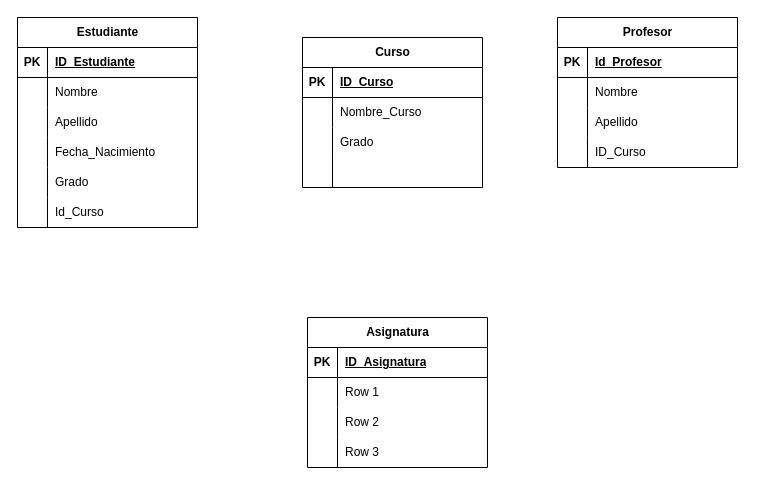
Before: Diagrama sin título.drawio in alexhernandez0622/modelosER, a draw.io diagram. Source tidied: cells renumbered, new cells numbered last; positions are measured from the earlier drawing's top-left corner, leaving out a move shared by most shapes. Both pictures are drawn from the tidied source at 100%, with x=0, y=0 at pixel (17, 17).
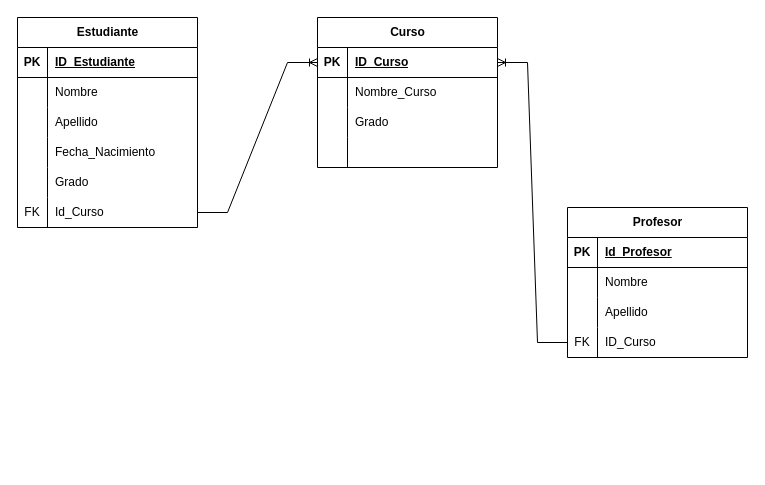
Above is the later version.

Unchanged cells that the change refers to:
```xml
<mxCell id="18" style="shape=tableRow;horizontal=0;startSize=0;swimlaneHead=0;swimlaneBody=0;fillColor=none;points=[[0,0.5],[1,0.5]];portConstraint=eastwest;top=0;left=0;right=0;bottom=0;" parent="2" vertex="1">
  <mxGeometry y="180" width="180" height="30" as="geometry" />
</mxCell>
<mxCell id="31" style="shape=tableRow;horizontal=0;startSize=0;swimlaneHead=0;swimlaneBody=0;fillColor=none;points=[[0,0.5],[1,0.5]];portConstraint=eastwest;top=0;left=0;right=0;bottom=0;" parent="21" vertex="1">
  <mxGeometry y="120" width="180" height="30" as="geometry" />
</mxCell>
<mxCell id="35" style="shape=tableRow;horizontal=0;startSize=0;swimlaneHead=0;swimlaneBody=0;fillColor=none;points=[[0,0.5],[1,0.5]];portConstraint=eastwest;top=0;left=0;right=0;bottom=1;" parent="34" vertex="1">
  <mxGeometry y="30" width="180" height="30" as="geometry" />
</mxCell>
```

What changed in the source:
```diff
@@
-    <mxCell id="19" style="shape=partialRectangle;fillColor=none;top=0;left=0;bottom=0;right=0;overflow=hidden;whiteSpace=wrap;html=1;" parent="18" vertex="1">
+    <mxCell id="19" value="FK" style="shape=partialRectangle;fillColor=none;top=0;left=0;bottom=0;right=0;overflow=hidden;whiteSpace=wrap;html=1;" parent="18" vertex="1">
       <mxGeometry width="30" height="30" as="geometry" />
     </mxCell>
@@
     <mxCell id="21" value="Profesor" style="shape=table;startSize=30;childLayout=tableLayout;rowLines=0;fontStyle=1;align=center;html=1;" parent="1" vertex="1">
-      <mxGeometry x="540" width="180" height="150" as="geometry" />
+      <mxGeometry x="550" y="190" width="180" height="150" as="geometry" />
     </mxCell>
@@
-    <mxCell id="32" style="shape=partialRectangle;fillColor=none;top=0;left=0;bottom=0;right=0;overflow=hidden;whiteSpace=wrap;html=1;" parent="31" vertex="1">
+    <mxCell id="32" value="FK" style="shape=partialRectangle;fillColor=none;top=0;left=0;bottom=0;right=0;overflow=hidden;whiteSpace=wrap;html=1;" parent="31" vertex="1">
       <mxGeometry width="30" height="30" as="geometry" />
     </mxCell>
@@
     <mxCell id="34" value="Curso" style="shape=table;startSize=30;childLayout=tableLayout;rowLines=0;fontStyle=1;align=center;html=1;" parent="1" vertex="1">
-      <mxGeometry x="285" y="20" width="180" height="150" as="geometry" />
+      <mxGeometry x="300" width="180" height="150" as="geometry" />
     </mxCell>
@@
-    <mxCell id="47" value="Asignatura" style="shape=table;startSize=30;childLayout=tableLayout;rowLines=0;fontStyle=1;align=center;html=1;" parent="1" vertex="1">
-      <mxGeometry x="290" y="300" width="180" height="150" as="geometry" />
-    </mxCell>
-    <mxCell id="48" style="shape=tableRow;horizontal=0;startSize=0;swimlaneHead=0;swimlaneBody=0;fillColor=none;top=0;left=0;right=0;bottom=1;" parent="47" vertex="1">
-      <mxGeometry y="30" width="180" height="30" as="geometry" />
-    </mxCell>
-    <mxCell id="49" value="PK" style="shape=partialRectangle;fillColor=none;top=0;left=0;bottom=0;right=0;fontStyle=1;overflow=hidden;whiteSpace=wrap;html=1;" parent="48" vertex="1">
-      <mxGeometry width="30" height="30" as="geometry" />
-    </mxCell>
-    <mxCell id="50" value="ID_Asignatura" style="shape=partialRectangle;fillColor=none;top=0;left=0;bottom=0;right=0;align=left;spacingLeft=6;fontStyle=5;overflow=hidden;whiteSpace=wrap;html=1;" parent="48" vertex="1">
-      <mxGeometry x="30" width="150" height="30" as="geometry" />
-    </mxCell>
-    <mxCell id="51" style="shape=tableRow;horizontal=0;startSize=0;swimlaneHead=0;swimlaneBody=0;fillColor=none;top=0;left=0;right=0;bottom=0;" parent="47" vertex="1">
-      <mxGeometry y="60" width="180" height="30" as="geometry" />
-    </mxCell>
-    <mxCell id="52" style="shape=partialRectangle;fillColor=none;top=0;left=0;bottom=0;right=0;overflow=hidden;whiteSpace=wrap;html=1;" parent="51" vertex="1">
-      <mxGeometry width="30" height="30" as="geometry" />
-    </mxCell>
-    <mxCell id="53" value="Row 1" style="shape=partialRectangle;fillColor=none;top=0;left=0;bottom=0;right=0;align=left;spacingLeft=6;overflow=hidden;whiteSpace=wrap;html=1;" parent="51" vertex="1">
-      <mxGeometry x="30" width="150" height="30" as="geometry" />
-    </mxCell>
-    <mxCell id="54" style="shape=tableRow;horizontal=0;startSize=0;swimlaneHead=0;swimlaneBody=0;fillColor=none;top=0;left=0;right=0;bottom=0;" parent="47" vertex="1">
-      <mxGeometry y="90" width="180" height="30" as="geometry" />
-    </mxCell>
-    <mxCell id="55" style="shape=partialRectangle;fillColor=none;top=0;left=0;bottom=0;right=0;overflow=hidden;whiteSpace=wrap;html=1;" parent="54" vertex="1">
-      <mxGeometry width="30" height="30" as="geometry" />
-    </mxCell>
-    <mxCell id="56" value="Row 2" style="shape=partialRectangle;fillColor=none;top=0;left=0;bottom=0;right=0;align=left;spacingLeft=6;overflow=hidden;whiteSpace=wrap;html=1;" parent="54" vertex="1">
-      <mxGeometry x="30" width="150" height="30" as="geometry" />
-    </mxCell>
-    <mxCell id="57" style="shape=tableRow;horizontal=0;startSize=0;swimlaneHead=0;swimlaneBody=0;fillColor=none;top=0;left=0;right=0;bottom=0;" parent="47" vertex="1">
-      <mxGeometry y="120" width="180" height="30" as="geometry" />
-    </mxCell>
-    <mxCell id="58" style="shape=partialRectangle;fillColor=none;top=0;left=0;bottom=0;right=0;overflow=hidden;whiteSpace=wrap;html=1;" parent="57" vertex="1">
-      <mxGeometry width="30" height="30" as="geometry" />
-    </mxCell>
-    <mxCell id="59" value="Row 3" style="shape=partialRectangle;fillColor=none;top=0;left=0;bottom=0;right=0;align=left;spacingLeft=6;overflow=hidden;whiteSpace=wrap;html=1;" parent="57" vertex="1">
-      <mxGeometry x="30" width="150" height="30" as="geometry" />
-    </mxCell>
+    <mxCell id="60" style="edgeStyle=entityRelationEdgeStyle;fontSize=12;html=1;endArrow=ERoneToMany;rounded=0;" parent="1" edge="1" source="18" target="35">
+      <mxGeometry relative="1" as="geometry" />
+    </mxCell>
+    <mxCell id="61" style="edgeStyle=entityRelationEdgeStyle;fontSize=12;html=1;endArrow=ERoneToMany;rounded=0;" parent="1" edge="1" source="31" target="35">
+      <mxGeometry relative="1" as="geometry">
+        <Array as="points">
+          <mxPoint x="550" y="245" />
+        </Array>
+      </mxGeometry>
+    </mxCell>
```
